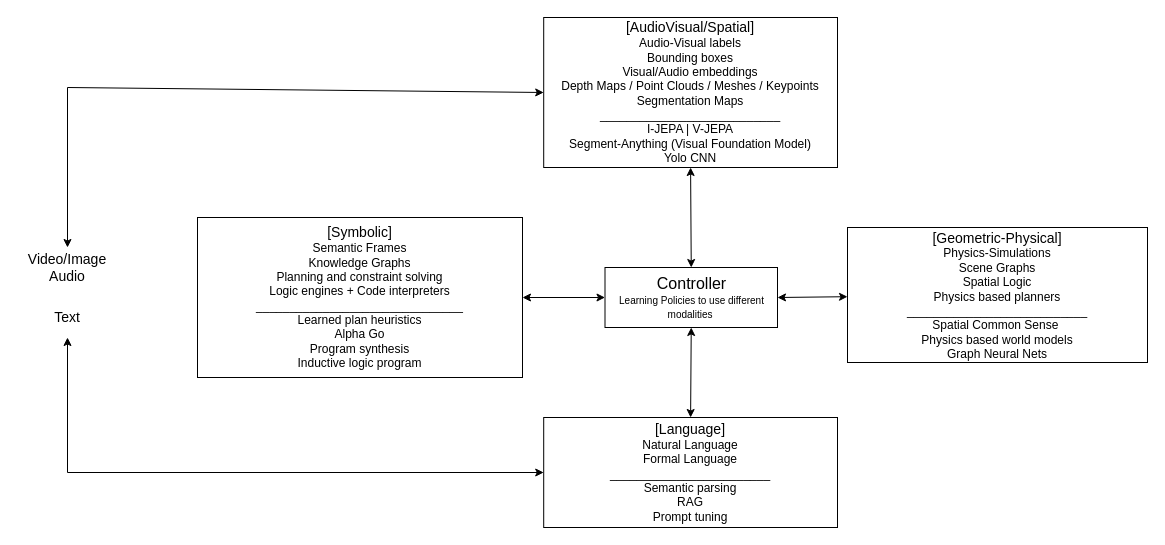
Before: design-docs/4-boxes.drawio in yashrahmed/VordMekh_project, a draw.io diagram. Source tidied: cells renumbered, new cells numbered last; positions are measured from the earlier drawing's top-left corner, leaving out a move shared by most shapes. Both pictures are drawn from the tidied source at 100%, with x=0, y=0 at pixel (17, 17).
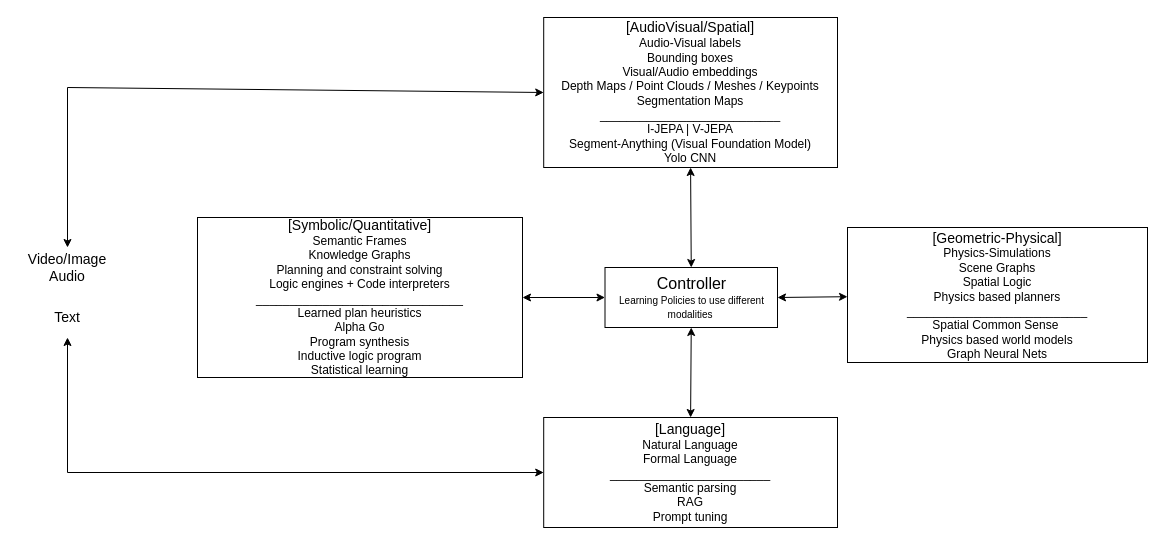
The same page after the edit.

Commit message:
Adding statistical learning

Change to the diagram source:
```diff
@@
 <mxGraphModel>
   <root>
     <mxCell id="0" />
     <mxCell id="1" parent="0" />
     <mxCell id="2" value="&lt;font style=&quot;font-size: 14px;&quot;&gt;[AudioVisual/Spatial]&lt;/font&gt;&lt;div&gt;&lt;span style=&quot;background-color: transparent; color: light-dark(rgb(0, 0, 0), rgb(255, 255, 255));&quot;&gt;Audio-Visual labels&lt;/span&gt;&lt;/div&gt;&lt;div&gt;Bounding boxes&lt;/div&gt;&lt;div&gt;Visual/Audio embeddings&lt;/div&gt;&lt;div&gt;Depth Maps / Point Clouds / Meshes / Keypoints&lt;/div&gt;&lt;div&gt;Segmentation Maps&lt;br&gt;___________________________&lt;/div&gt;&lt;div&gt;I-JEPA | V-JEPA&lt;br&gt;&lt;/div&gt;&lt;div&gt;Segment-Anything (Visual Foundation Model)&lt;br&gt;Yolo CNN&lt;/div&gt;" style="rounded=0;whiteSpace=wrap;html=1;" parent="1" vertex="1">
       <mxGeometry x="526.2" width="293.8" height="150" as="geometry" />
     </mxCell>
     <mxCell id="3" value="&lt;font style=&quot;font-size: 14px;&quot;&gt;[Geometric-Physical]&lt;/font&gt;&lt;div&gt;&lt;span style=&quot;background-color: transparent; color: light-dark(rgb(0, 0, 0), rgb(255, 255, 255));&quot;&gt;Physics-Simulations&lt;/span&gt;&lt;/div&gt;&lt;div&gt;&lt;span style=&quot;background-color: transparent; color: light-dark(rgb(0, 0, 0), rgb(255, 255, 255));&quot;&gt;Scene Graphs&lt;/span&gt;&lt;/div&gt;&lt;div&gt;&lt;span style=&quot;background-color: transparent; color: light-dark(rgb(0, 0, 0), rgb(255, 255, 255));&quot;&gt;Spatial Logic&lt;/span&gt;&lt;/div&gt;&lt;div&gt;&lt;span style=&quot;background-color: transparent; color: light-dark(rgb(0, 0, 0), rgb(255, 255, 255));&quot;&gt;Physics based planners&lt;/span&gt;&lt;/div&gt;&lt;div&gt;___________________________&lt;/div&gt;&lt;div&gt;&lt;div&gt;Spatial Common Sense&amp;nbsp;&lt;/div&gt;&lt;/div&gt;&lt;div&gt;Physics based world models&lt;/div&gt;&lt;div&gt;Graph Neural Nets&lt;/div&gt;" style="rounded=0;whiteSpace=wrap;html=1;" parent="1" vertex="1">
       <mxGeometry x="830" y="210" width="300" height="135" as="geometry" />
     </mxCell>
-    <mxCell id="4" value="&lt;font style=&quot;font-size: 14px;&quot;&gt;[Symbolic]&lt;/font&gt;&lt;div&gt;Semantic Frames&lt;/div&gt;&lt;div&gt;&lt;span style=&quot;background-color: transparent; color: light-dark(rgb(0, 0, 0), rgb(255, 255, 255));&quot;&gt;Knowledge Graphs&lt;/span&gt;&lt;/div&gt;&lt;div&gt;&lt;span style=&quot;background-color: transparent; color: light-dark(rgb(0, 0, 0), rgb(255, 255, 255));&quot;&gt;Planning and constraint solving&lt;/span&gt;&lt;/div&gt;&lt;div&gt;Logic engines + Code interpreters&lt;br&gt;_______________________________&lt;/div&gt;&lt;div&gt;Learned plan heuristics&lt;/div&gt;&lt;div&gt;Alpha Go&lt;/div&gt;&lt;div&gt;Program synthesis&lt;/div&gt;&lt;div&gt;Inductive logic program&lt;/div&gt;" style="rounded=0;whiteSpace=wrap;html=1;" parent="1" vertex="1">
+    <mxCell id="4" value="&lt;font style=&quot;font-size: 14px;&quot;&gt;[Symbolic/Quantitative]&lt;/font&gt;&lt;div&gt;Semantic Frames&lt;/div&gt;&lt;div&gt;&lt;span style=&quot;background-color: transparent; color: light-dark(rgb(0, 0, 0), rgb(255, 255, 255));&quot;&gt;Knowledge Graphs&lt;/span&gt;&lt;/div&gt;&lt;div&gt;&lt;span style=&quot;background-color: transparent; color: light-dark(rgb(0, 0, 0), rgb(255, 255, 255));&quot;&gt;Planning and constraint solving&lt;/span&gt;&lt;/div&gt;&lt;div&gt;Logic engines + Code interpreters&lt;br&gt;_______________________________&lt;/div&gt;&lt;div&gt;Learned plan heuristics&lt;/div&gt;&lt;div&gt;Alpha Go&lt;/div&gt;&lt;div&gt;Program synthesis&lt;/div&gt;&lt;div&gt;Inductive logic program&lt;/div&gt;&lt;div&gt;Statistical learning&lt;/div&gt;" style="rounded=0;whiteSpace=wrap;html=1;" parent="1" vertex="1">
       <mxGeometry x="180" y="200" width="325" height="160" as="geometry" />
     </mxCell>
     <mxCell id="5" value="&lt;font style=&quot;font-size: 14px;&quot;&gt;[Language]&lt;/font&gt;&lt;div&gt;Natural Language&lt;/div&gt;&lt;div&gt;Formal Language&lt;br&gt;________________________&lt;/div&gt;&lt;div&gt;Semantic parsing&lt;/div&gt;&lt;div&gt;RAG&lt;/div&gt;&lt;div&gt;Prompt tuning&lt;/div&gt;" style="rounded=0;whiteSpace=wrap;html=1;" parent="1" vertex="1">
       <mxGeometry x="526.2" y="400" width="293.8" height="110" as="geometry" />
     </mxCell>
     <mxCell id="6" value="&lt;font style=&quot;font-size: 16px;&quot;&gt;Controller&lt;/font&gt;&lt;div&gt;&lt;font size=&quot;1&quot;&gt;Learning Policies to use different modalities&amp;nbsp;&lt;/font&gt;&lt;/div&gt;" style="rounded=0;whiteSpace=wrap;html=1;" parent="1" vertex="1">
       <mxGeometry x="587.5" y="250" width="172.5" height="60" as="geometry" />
     </mxCell>
     <mxCell id="7" style="endArrow=classic;startArrow=classic;html=1;rounded=0;entryX=0.5;entryY=1;entryDx=0;entryDy=0;exitX=0.5;exitY=0;exitDx=0;exitDy=0;" parent="1" edge="1" source="6" target="2">
       <mxGeometry relative="1" as="geometry" />
     </mxCell>
     <mxCell id="8" style="endArrow=classic;startArrow=classic;html=1;rounded=0;exitX=0.5;exitY=0;exitDx=0;exitDy=0;entryX=0.5;entryY=1;entryDx=0;entryDy=0;" parent="1" edge="1" source="5" target="6">
       <mxGeometry relative="1" as="geometry" />
     </mxCell>
     <mxCell id="9" style="endArrow=classic;startArrow=classic;html=1;rounded=0;exitX=1;exitY=0.5;exitDx=0;exitDy=0;entryX=0;entryY=0.5;entryDx=0;entryDy=0;" parent="1" edge="1" source="4" target="6">
       <mxGeometry relative="1" as="geometry" />
     </mxCell>
     <mxCell id="10" style="endArrow=classic;startArrow=classic;html=1;rounded=0;exitX=1;exitY=0.5;exitDx=0;exitDy=0;" parent="1" edge="1" source="6" target="3">
       <mxGeometry relative="1" as="geometry" />
     </mxCell>
     <mxCell id="11" value="&lt;font style=&quot;font-size: 14px;&quot;&gt;Video/Image&lt;br&gt;&lt;/font&gt;&lt;div&gt;&lt;font style=&quot;font-size: 14px;&quot;&gt;Audio&lt;/font&gt;&lt;/div&gt;" style="text;html=1;align=center;verticalAlign=middle;whiteSpace=wrap;rounded=0;" parent="1" vertex="1">
       <mxGeometry y="230" width="100" height="40" as="geometry" />
     </mxCell>
     <mxCell id="12" value="&lt;span style=&quot;font-size: 14px;&quot;&gt;Text&lt;/span&gt;" style="text;html=1;align=center;verticalAlign=middle;whiteSpace=wrap;rounded=0;" parent="1" vertex="1">
       <mxGeometry y="280" width="100" height="40" as="geometry" />
     </mxCell>
     <mxCell id="13" style="endArrow=classic;startArrow=classic;html=1;rounded=0;entryX=0;entryY=0.5;entryDx=0;entryDy=0;exitX=0.5;exitY=0;exitDx=0;exitDy=0;" parent="1" edge="1" source="11" target="2">
       <mxGeometry relative="1" as="geometry">
         <Array as="points">
           <mxPoint x="50" y="70" />
         </Array>
       </mxGeometry>
     </mxCell>
     <mxCell id="14" style="endArrow=classic;startArrow=classic;html=1;rounded=0;entryX=0;entryY=0.5;entryDx=0;entryDy=0;exitX=0.5;exitY=1;exitDx=0;exitDy=0;" parent="1" edge="1" source="12" target="5">
       <mxGeometry relative="1" as="geometry">
         <Array as="points">
           <mxPoint x="50" y="455" />
         </Array>
       </mxGeometry>
     </mxCell>
   </root>
 </mxGraphModel>
```
